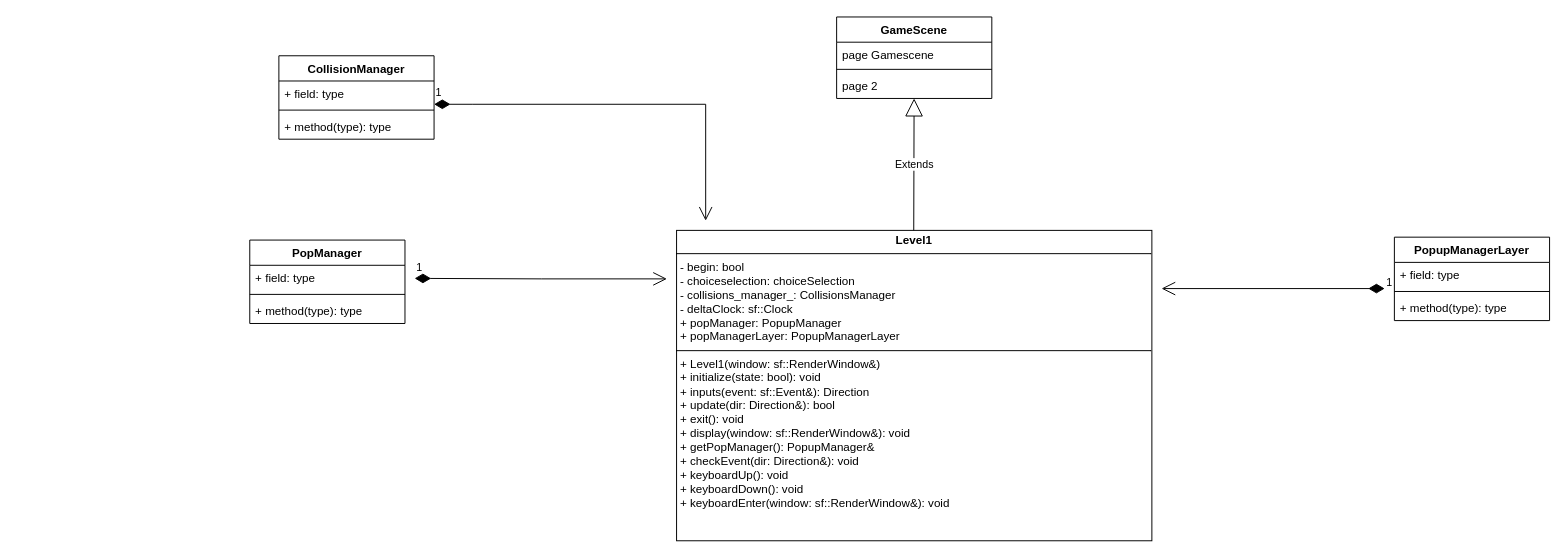
Bird120/FlightToHFT keeps this draw.io diagram as page "Level1" (3 of 6) of Diagramme sans nom.drawio. Above is the earlier version. Source tidied: cells renumbered, new cells numbered last; positions are measured from the earlier drawing's top-left corner, leaving out a move shared by most shapes. Both pictures are drawn from the tidied source at 97%, with x=0, y=0 at pixel (249, 16).
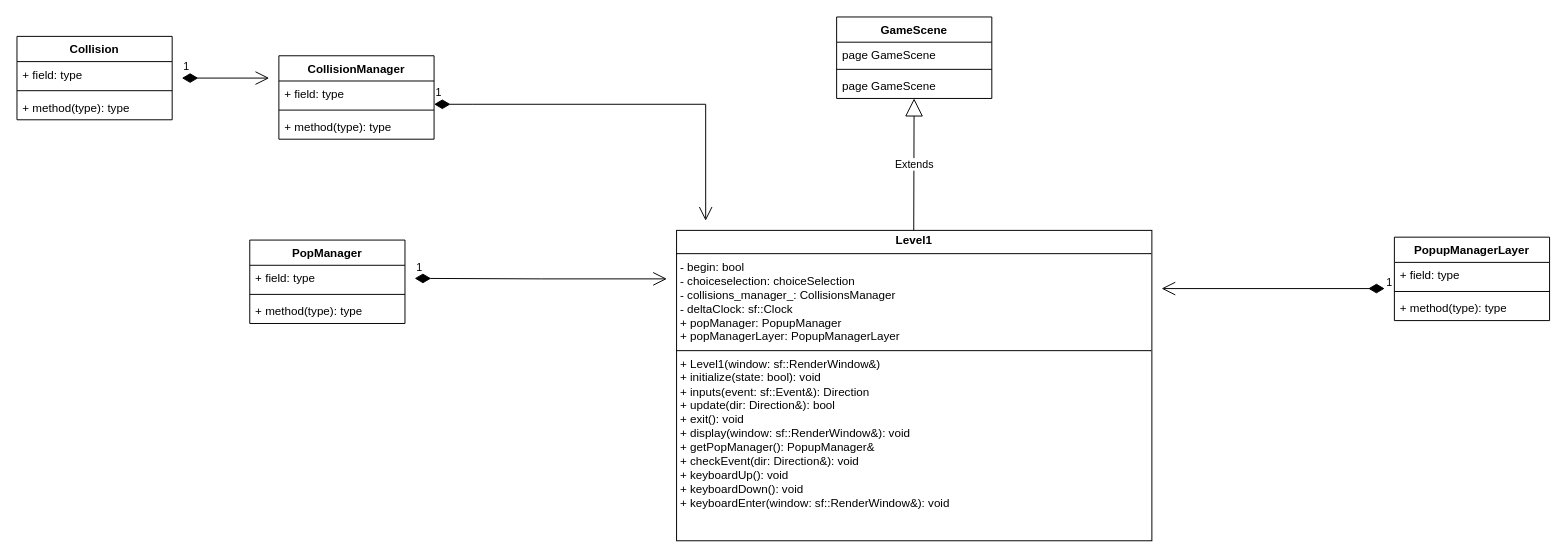
After the change.

Unchanged cells that the change refers to:
```xml
<mxCell id="6" value="GameScene" style="swimlane;fontStyle=1;align=center;verticalAlign=top;horizontal=1;startSize=26;whiteSpace=wrap;html=1;" parent="2" vertex="1">
  <mxGeometry x="165" width="160" height="84" as="geometry" />
</mxCell>
```

What changed in the source:
```diff
@@
-    <mxCell id="7" value="page Gamescene" style="text;strokeColor=none;fillColor=none;align=left;verticalAlign=top;spacingLeft=4;spacingRight=4;overflow=hidden;whiteSpace=wrap;html=1;" parent="6" vertex="1">
+    <mxCell id="7" value="page GameScene" style="text;strokeColor=none;fillColor=none;align=left;verticalAlign=top;spacingLeft=4;spacingRight=4;overflow=hidden;whiteSpace=wrap;html=1;" parent="6" vertex="1">
       <mxGeometry y="26" width="160" height="24" as="geometry" />
     </mxCell>
@@
-    <mxCell id="9" value="page 2" style="text;strokeColor=none;fillColor=none;align=left;verticalAlign=top;spacingLeft=4;spacingRight=4;overflow=hidden;whiteSpace=wrap;html=1;" parent="6" vertex="1">
+    <mxCell id="9" value="page GameScene" style="text;strokeColor=none;fillColor=none;align=left;verticalAlign=top;spacingLeft=4;spacingRight=4;overflow=hidden;whiteSpace=wrap;html=1;" parent="6" vertex="1">
       <mxGeometry y="58" width="160" height="26" as="geometry" />
     </mxCell>
@@
+    <mxCell id="25" value="&lt;div&gt;Collision&lt;/div&gt;&lt;div&gt;&lt;br&gt;&lt;/div&gt;" style="swimlane;fontStyle=1;align=center;verticalAlign=top;horizontal=1;startSize=26;whiteSpace=wrap;html=1;" parent="1" vertex="1">
+      <mxGeometry x="-240" y="20" width="160" height="86" as="geometry" />
+    </mxCell>
+    <mxCell id="26" value="+ field: type" style="text;strokeColor=none;fillColor=none;align=left;verticalAlign=top;spacingLeft=4;spacingRight=4;overflow=hidden;whiteSpace=wrap;html=1;" parent="25" vertex="1">
+      <mxGeometry y="26" width="160" height="26" as="geometry" />
+    </mxCell>
+    <mxCell id="27" style="line;strokeWidth=1;fillColor=none;align=left;verticalAlign=middle;spacingTop=-1;spacingLeft=3;spacingRight=3;labelPosition=right;strokeColor=inherit;" parent="25" vertex="1">
+      <mxGeometry y="52" width="160" height="8" as="geometry" />
+    </mxCell>
+    <mxCell id="28" value="+ method(type): type" style="text;strokeColor=none;fillColor=none;align=left;verticalAlign=top;spacingLeft=4;spacingRight=4;overflow=hidden;whiteSpace=wrap;html=1;" parent="25" vertex="1">
+      <mxGeometry y="60" width="160" height="26" as="geometry" />
+    </mxCell>
+    <mxCell id="29" value="1" style="endArrow=open;html=1;endSize=12;startArrow=diamondThin;startSize=14;startFill=1;edgeStyle=orthogonalEdgeStyle;align=left;verticalAlign=bottom;rounded=0;" parent="1" edge="1">
+      <mxGeometry x="-1" y="3" relative="1" as="geometry">
+        <mxPoint x="-70" y="63" as="sourcePoint" />
+        <mxPoint x="20" y="63" as="targetPoint" />
+      </mxGeometry>
+    </mxCell>
```
